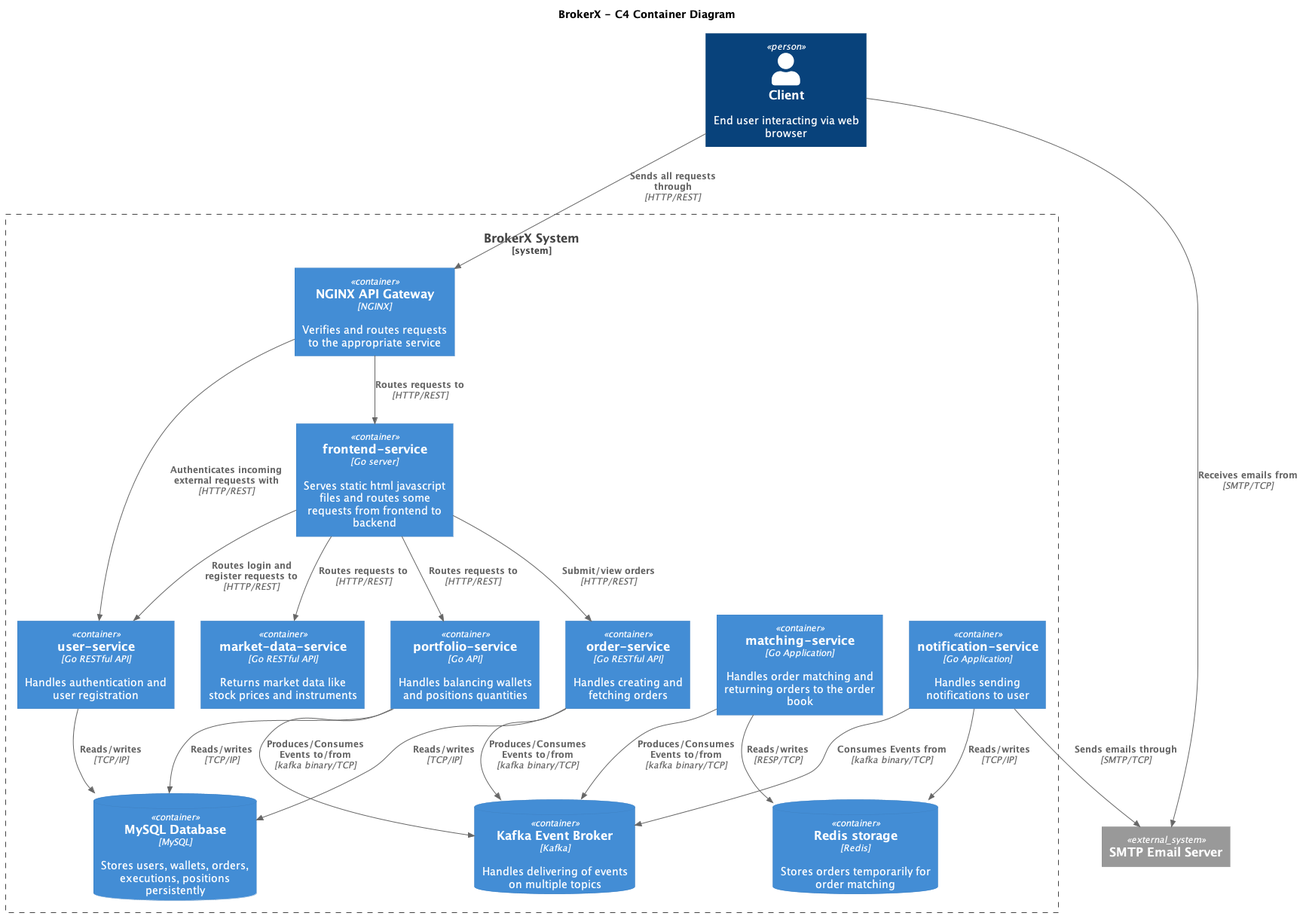
cjayneb/log430-project keeps this PlantUML diagram as docs/c4_level1.png. Above is the earlier version.
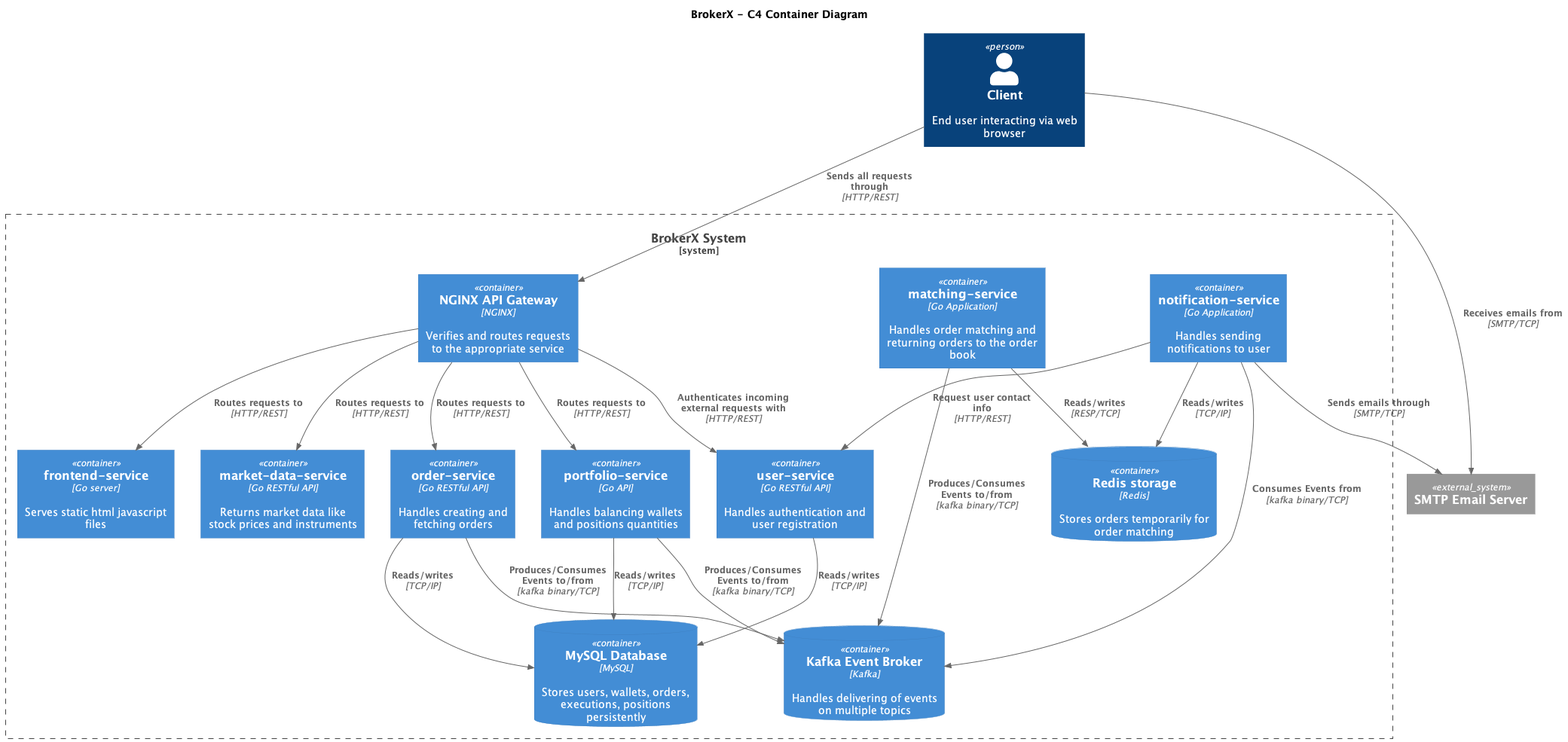
Above is the later version.

Change to the diagram source:
```diff
@@ -9,7 +9,7 @@
 
 System_Boundary(bx, "BrokerX System") {
   Container(nginx, "NGINX API Gateway", "NGINX", "Verifies and routes requests to the appropriate service")
-  Container(frontend, "frontend-service", "Go server", "Serves static html javascript files and routes some requests from frontend to backend")
+  Container(frontend, "frontend-service", "Go server", "Serves static html javascript files")
   Container(order, "order-service", "Go RESTful API", "Handles creating and fetching orders")
   Container(user, "user-service", "Go RESTful API", "Handles authentication and user registration")
   Container(portfolio, "portfolio-service", "Go API", "Handles balancing wallets and positions quantities")
@@ -25,10 +25,9 @@
 Rel(client, nginx, "Sends all requests through", "HTTP/REST")
 Rel(nginx, frontend, "Routes requests to", "HTTP/REST")
 Rel(nginx, user, "Authenticates incoming external requests with", "HTTP/REST")
-Rel(frontend, portfolio, "Routes requests to", "HTTP/REST")
-Rel(frontend, market, "Routes requests to", "HTTP/REST")
-Rel(frontend, order, "Submit/view orders", "HTTP/REST")
-Rel(frontend, user, "Routes login and register requests to", "HTTP/REST")
+Rel(nginx, portfolio, "Routes requests to", "HTTP/REST")
+Rel(nginx, market, "Routes requests to", "HTTP/REST")
+Rel(nginx, order, "Routes requests to", "HTTP/REST")
 Rel(matching, redis, "Reads/writes", "RESP/TCP")
 
 Rel(user, db, "Reads/writes", "TCP/IP")
@@ -43,6 +42,7 @@
 Rel(notification, kafka, "Consumes Events from", "kafka binary/TCP")
 Rel(notification, redis, "Reads/writes", "TCP/IP")
 Rel(notification, smtp, "Sends emails through", "SMTP/TCP")
+Rel(notification, user, "Request user contact info", "HTTP/REST")
 Rel(client, smtp, "Receives emails from", "SMTP/TCP")
 
 
```
